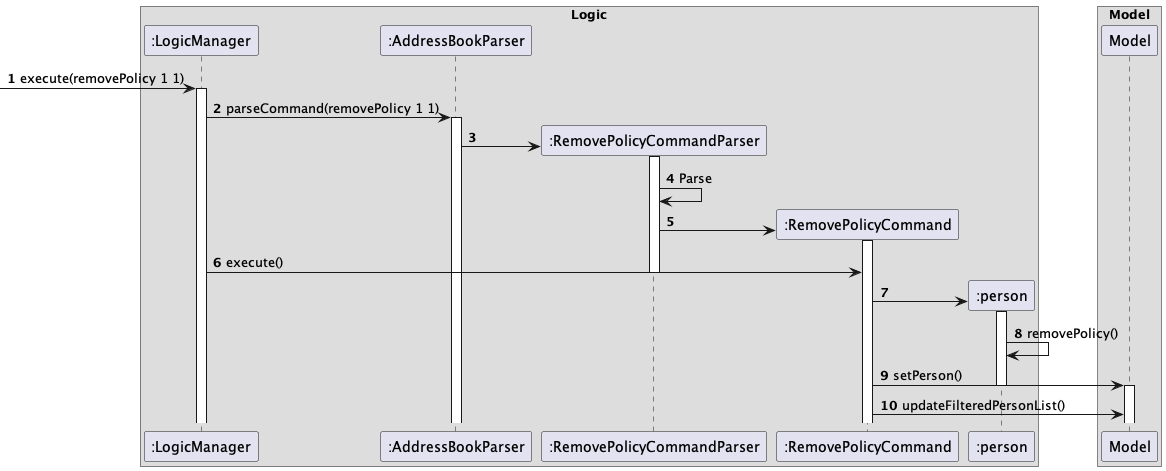
Above: diagrams/RemovePolicySequenceDiagram.png in AY2324S1-CS2103-W14-1/tp (PlantUML), before the change. Source of this version:
```plantuml
@startuml

box Logic
participant ":LogicManager" as LogicManager
participant ":AddressBookParser" as AddressBookParser
participant ":RemovePolicyCommandParser" as RemovePolicyCommandParser
participant ":RemovePolicyCommand" as RemovePolicyCommand
participant ":person" as Person
end box

autonumber
[->LogicManager : execute(removePolicy 1 1)
activate LogicManager

LogicManager -> AddressBookParser : parseCommand(removePolicy 1 1)
activate AddressBookParser

create RemovePolicyCommandParser
AddressBookParser -> RemovePolicyCommandParser:
activate RemovePolicyCommandParser

RemovePolicyCommandParser -> RemovePolicyCommandParser : Parse

create RemovePolicyCommand
RemovePolicyCommandParser -> RemovePolicyCommand
activate RemovePolicyCommand
LogicManager -> RemovePolicyCommand : execute()
deactivate RemovePolicyCommandParser

create Person
RemovePolicyCommand -> Person :
activate Person
Person -> Person : removePolicy()

RemovePolicyCommand -> Model : setPerson()
deactivate Person
activate Model
RemovePolicyCommand -> Model : updateFilteredPersonList()

box Model
participant ":Model" as Model
end box
@enduml
```
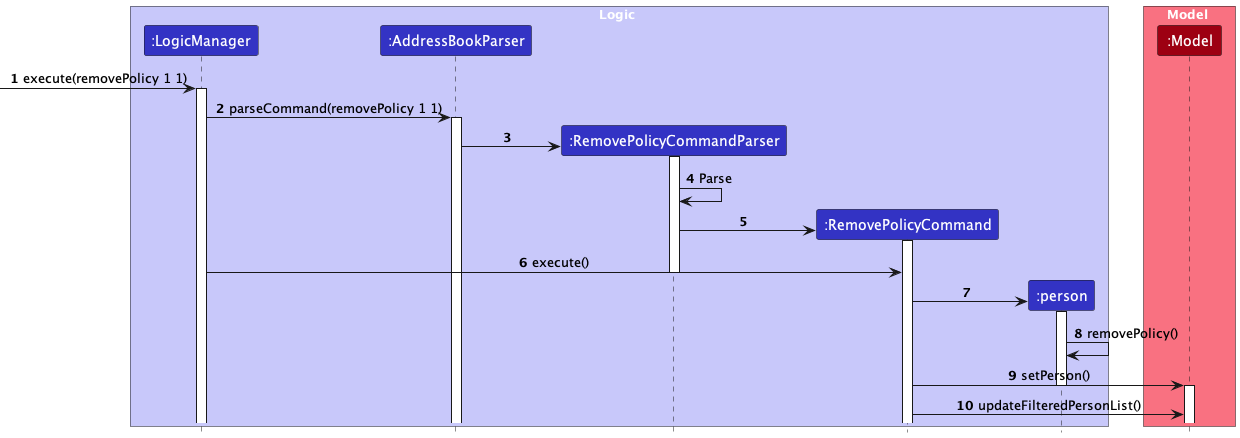
After the commit.

What changed in the source:
```diff
@@ -1,11 +1,17 @@
 @startuml
+!include style.puml
+skinparam ArrowFontStyle plain
 
-box Logic
-participant ":LogicManager" as LogicManager
-participant ":AddressBookParser" as AddressBookParser
-participant ":RemovePolicyCommandParser" as RemovePolicyCommandParser
-participant ":RemovePolicyCommand" as RemovePolicyCommand
-participant ":person" as Person
+box Logic LOGIC_COLOR_T1
+participant ":LogicManager" as LogicManager LOGIC_COLOR
+participant ":AddressBookParser" as AddressBookParser LOGIC_COLOR
+participant ":RemovePolicyCommandParser" as RemovePolicyCommandParser LOGIC_COLOR
+participant ":RemovePolicyCommand" as RemovePolicyCommand LOGIC_COLOR
+participant ":person" as Person LOGIC_COLOR
+end box
+
+box Model MODEL_COLOR_T1
+participant ":Model" as Model MODEL_COLOR
 end box
 
 autonumber
@@ -37,7 +43,4 @@
 activate Model
 RemovePolicyCommand -> Model : updateFilteredPersonList()
 
-box Model
-participant ":Model" as Model
-end box
 @enduml
```
